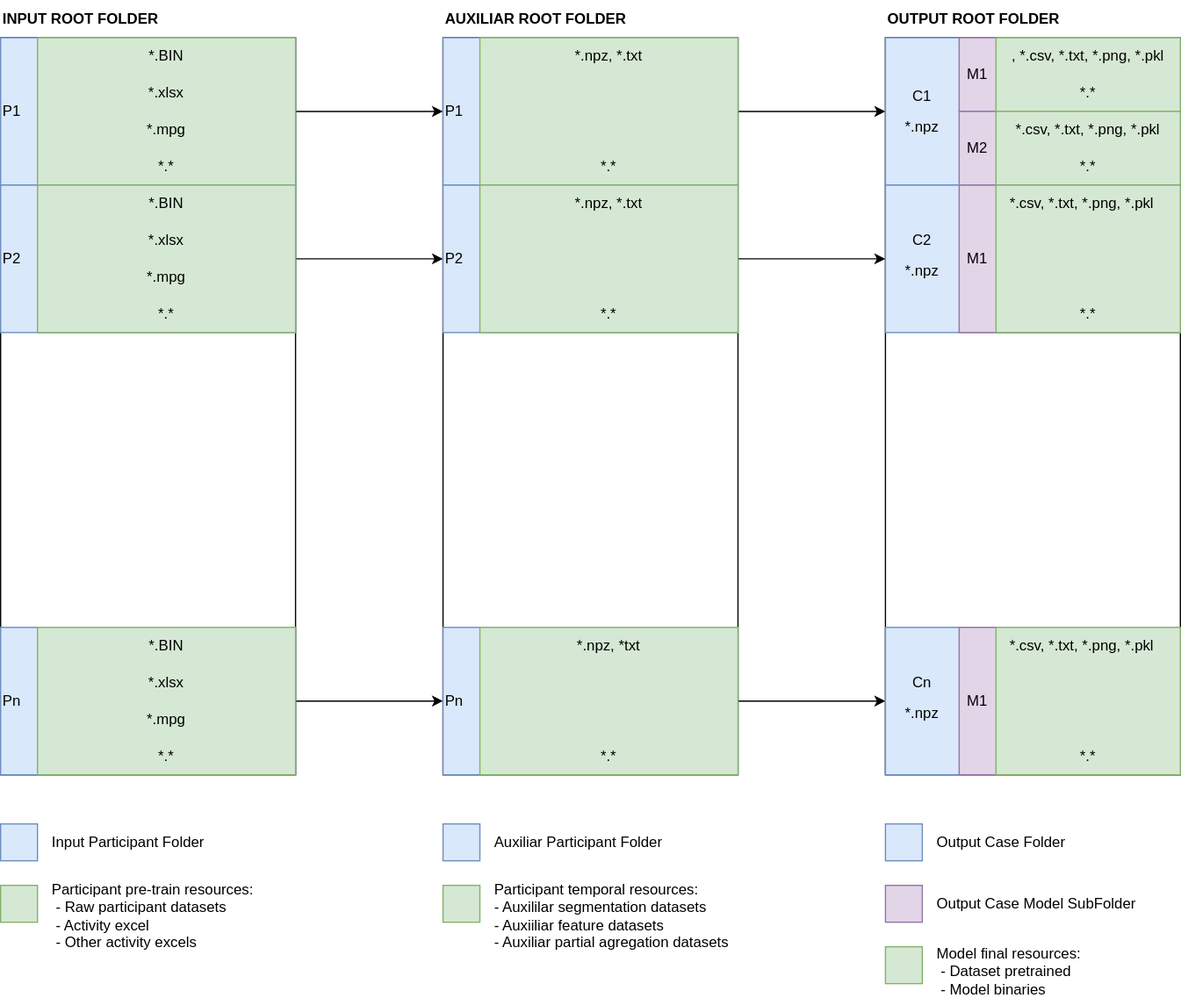
SiMuR-UO/uniovi-simur-wearablepermed-wiki keeps this draw.io diagram as section3/assets/images/folder_architecture.svg. Above is the earlier version. Source tidied: cells renumbered, new cells last; positions are measured from the earlier drawing's top-left corner, leaving out a move shared by most shapes.
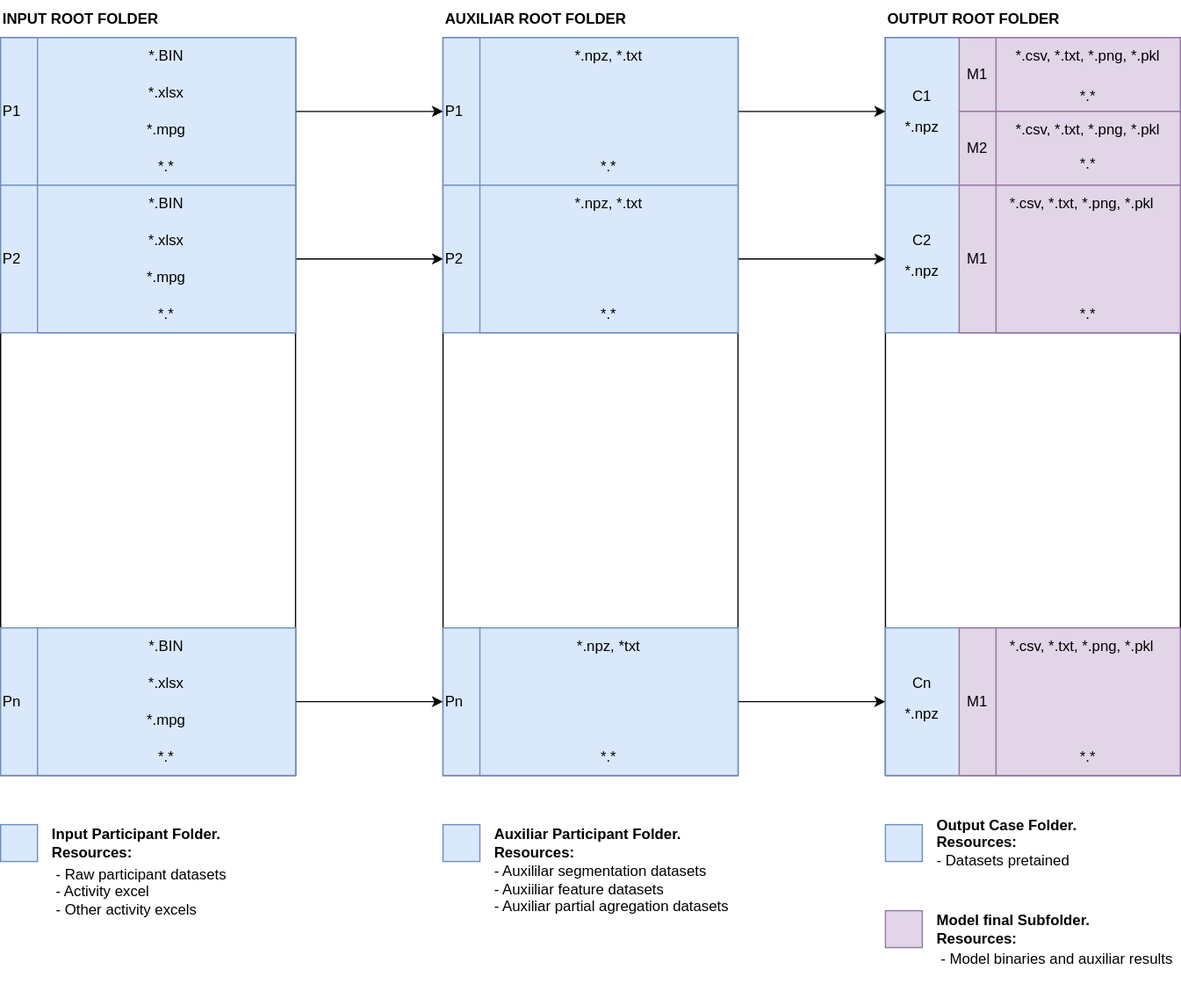
Later version of the same file.

Diff of the diagram source:
```diff
@@ -26,7 +26,7 @@
     <mxCell id="9" value="P1" style="rounded=0;whiteSpace=wrap;html=1;align=left;fillColor=#dae8fc;strokeColor=#6c8ebf;" parent="1" vertex="1">
       <mxGeometry y="30" width="240" height="120" as="geometry" />
     </mxCell>
-    <mxCell id="10" style="rounded=0;whiteSpace=wrap;html=1;fillColor=#d5e8d4;strokeColor=#82b366;" parent="1" vertex="1">
+    <mxCell id="10" style="rounded=0;whiteSpace=wrap;html=1;fillColor=#dae8fc;strokeColor=#6c8ebf;" parent="1" vertex="1">
       <mxGeometry x="30" y="30" width="210" height="120" as="geometry" />
     </mxCell>
     <mxCell id="11" value="*.BIN" style="text;html=1;whiteSpace=wrap;strokeColor=none;fillColor=none;align=center;verticalAlign=middle;rounded=0;" parent="1" vertex="1">
@@ -47,7 +47,7 @@
     <mxCell id="16" value="P2" style="rounded=0;whiteSpace=wrap;html=1;align=left;fillColor=#dae8fc;strokeColor=#6c8ebf;" parent="1" vertex="1">
       <mxGeometry y="150" width="240" height="120" as="geometry" />
     </mxCell>
-    <mxCell id="17" style="rounded=0;whiteSpace=wrap;html=1;fillColor=#d5e8d4;strokeColor=#82b366;" parent="1" vertex="1">
+    <mxCell id="17" style="rounded=0;whiteSpace=wrap;html=1;fillColor=#dae8fc;strokeColor=#6c8ebf;" parent="1" vertex="1">
       <mxGeometry x="30" y="150" width="210" height="120" as="geometry" />
     </mxCell>
     <mxCell id="18" value="*.BIN" style="text;html=1;whiteSpace=wrap;strokeColor=none;fillColor=none;align=center;verticalAlign=middle;rounded=0;" parent="1" vertex="1">
@@ -68,7 +68,7 @@
     <mxCell id="23" value="Pn" style="rounded=0;whiteSpace=wrap;html=1;align=left;fillColor=#dae8fc;strokeColor=#6c8ebf;" parent="1" vertex="1">
       <mxGeometry y="510" width="240" height="120" as="geometry" />
     </mxCell>
-    <mxCell id="24" style="rounded=0;whiteSpace=wrap;html=1;fillColor=#d5e8d4;strokeColor=#82b366;" parent="1" vertex="1">
+    <mxCell id="24" style="rounded=0;whiteSpace=wrap;html=1;fillColor=#dae8fc;strokeColor=#6c8ebf;" parent="1" vertex="1">
       <mxGeometry x="30" y="510" width="210" height="120" as="geometry" />
     </mxCell>
     <mxCell id="25" value="*.BIN" style="text;html=1;whiteSpace=wrap;strokeColor=none;fillColor=none;align=center;verticalAlign=middle;rounded=0;" parent="1" vertex="1">
@@ -89,7 +89,7 @@
     <mxCell id="30" value="P1" style="rounded=0;whiteSpace=wrap;html=1;align=left;fillColor=#dae8fc;strokeColor=#6c8ebf;" parent="1" vertex="1">
       <mxGeometry x="360" y="30" width="240" height="120" as="geometry" />
     </mxCell>
-    <mxCell id="31" style="rounded=0;whiteSpace=wrap;html=1;fillColor=#d5e8d4;strokeColor=#82b366;" parent="1" vertex="1">
+    <mxCell id="31" style="rounded=0;whiteSpace=wrap;html=1;fillColor=#dae8fc;strokeColor=#6c8ebf;" parent="1" vertex="1">
       <mxGeometry x="390" y="30" width="210" height="120" as="geometry" />
     </mxCell>
     <mxCell id="32" value="*.npz, *.txt" style="text;html=1;whiteSpace=wrap;strokeColor=none;fillColor=none;align=center;verticalAlign=middle;rounded=0;" parent="1" vertex="1">
@@ -104,7 +104,7 @@
     <mxCell id="35" value="P2" style="rounded=0;whiteSpace=wrap;html=1;align=left;fillColor=#dae8fc;strokeColor=#6c8ebf;" parent="1" vertex="1">
       <mxGeometry x="360" y="150" width="240" height="120" as="geometry" />
     </mxCell>
-    <mxCell id="36" style="rounded=0;whiteSpace=wrap;html=1;fillColor=#d5e8d4;strokeColor=#82b366;" parent="1" vertex="1">
+    <mxCell id="36" style="rounded=0;whiteSpace=wrap;html=1;fillColor=#dae8fc;strokeColor=#6c8ebf;" parent="1" vertex="1">
       <mxGeometry x="390" y="150" width="210" height="120" as="geometry" />
     </mxCell>
     <mxCell id="37" value="*.npz, *.txt" style="text;html=1;whiteSpace=wrap;strokeColor=none;fillColor=none;align=center;verticalAlign=middle;rounded=0;" parent="1" vertex="1">
@@ -121,7 +121,7 @@
     <mxCell id="40" value="Pn" style="rounded=0;whiteSpace=wrap;html=1;align=left;fillColor=#dae8fc;strokeColor=#6c8ebf;" parent="1" vertex="1">
       <mxGeometry x="360" y="510" width="240" height="120" as="geometry" />
     </mxCell>
-    <mxCell id="41" style="rounded=0;whiteSpace=wrap;html=1;fillColor=#d5e8d4;strokeColor=#82b366;" parent="1" vertex="1">
+    <mxCell id="41" style="rounded=0;whiteSpace=wrap;html=1;fillColor=#dae8fc;strokeColor=#6c8ebf;" parent="1" vertex="1">
       <mxGeometry x="390" y="510" width="210" height="120" as="geometry" />
     </mxCell>
     <mxCell id="42" value="*.npz, *txt" style="text;html=1;whiteSpace=wrap;strokeColor=none;fillColor=none;align=center;verticalAlign=middle;rounded=0;" parent="1" vertex="1">
@@ -139,23 +139,23 @@
     <mxCell id="46" style="rounded=0;whiteSpace=wrap;html=1;fillColor=#e1d5e7;strokeColor=#9673a6;" parent="1" vertex="1">
       <mxGeometry x="780" y="90" width="180" height="60" as="geometry" />
     </mxCell>
-    <mxCell id="47" style="rounded=0;whiteSpace=wrap;html=1;fillColor=#d5e8d4;strokeColor=#82b366;" parent="1" vertex="1">
+    <mxCell id="47" style="rounded=0;whiteSpace=wrap;html=1;fillColor=#e1d5e7;strokeColor=#9673a6;" parent="1" vertex="1">
       <mxGeometry x="810" y="30" width="150" height="60" as="geometry" />
     </mxCell>
-    <mxCell id="48" value=", *.csv, *.txt, *.png, *.pkl" style="text;html=1;whiteSpace=wrap;strokeColor=none;fillColor=none;align=center;verticalAlign=middle;rounded=0;" parent="1" vertex="1">
+    <mxCell id="48" value="*.csv, *.txt, *.png, *.pkl" style="text;html=1;whiteSpace=wrap;strokeColor=none;fillColor=none;align=center;verticalAlign=middle;rounded=0;" parent="1" vertex="1">
       <mxGeometry x="810" y="30" width="150" height="30" as="geometry" />
     </mxCell>
-    <mxCell id="49" style="rounded=0;whiteSpace=wrap;html=1;fillColor=#d5e8d4;strokeColor=#82b366;" parent="1" vertex="1">
+    <mxCell id="49" style="rounded=0;whiteSpace=wrap;html=1;fillColor=#e1d5e7;strokeColor=#9673a6;" parent="1" vertex="1">
       <mxGeometry x="810" y="90" width="150" height="60" as="geometry" />
     </mxCell>
     <mxCell id="50" value="*.*" style="text;html=1;whiteSpace=wrap;strokeColor=none;fillColor=none;align=center;verticalAlign=middle;rounded=0;" parent="1" vertex="1">
-      <mxGeometry x="810" y="60" width="150" height="30" as="geometry" />
+      <mxGeometry x="810" y="62.5" width="150" height="30" as="geometry" />
     </mxCell>
     <mxCell id="51" value="*.csv, *.txt, *.png, *.pkl" style="text;html=1;whiteSpace=wrap;strokeColor=none;fillColor=none;align=center;verticalAlign=middle;rounded=0;" parent="1" vertex="1">
       <mxGeometry x="810" y="90" width="150" height="30" as="geometry" />
     </mxCell>
     <mxCell id="52" value="*.*" style="text;html=1;whiteSpace=wrap;strokeColor=none;fillColor=none;align=center;verticalAlign=middle;rounded=0;" parent="1" vertex="1">
-      <mxGeometry x="810" y="120" width="150" height="30" as="geometry" />
+      <mxGeometry x="810" y="117.5" width="150" height="30" as="geometry" />
     </mxCell>
     <mxCell id="53" value="M1" style="text;html=1;whiteSpace=wrap;strokeColor=none;fillColor=none;align=center;verticalAlign=middle;rounded=0;" parent="1" vertex="1">
       <mxGeometry x="780" y="45" width="30" height="30" as="geometry" />
@@ -169,7 +169,7 @@
     <mxCell id="56" style="rounded=0;whiteSpace=wrap;html=1;fillColor=#e1d5e7;strokeColor=#9673a6;" parent="1" vertex="1">
       <mxGeometry x="780" y="150" width="180" height="120" as="geometry" />
     </mxCell>
-    <mxCell id="57" style="rounded=0;whiteSpace=wrap;html=1;fillColor=#d5e8d4;strokeColor=#82b366;" parent="1" vertex="1">
+    <mxCell id="57" style="rounded=0;whiteSpace=wrap;html=1;fillColor=#e1d5e7;strokeColor=#9673a6;" parent="1" vertex="1">
       <mxGeometry x="810" y="150" width="150" height="120" as="geometry" />
     </mxCell>
     <mxCell id="58" value="*.csv, *.txt, *.png, *.pkl" style="text;html=1;whiteSpace=wrap;strokeColor=none;fillColor=none;align=center;verticalAlign=middle;rounded=0;" parent="1" vertex="1">
@@ -184,44 +184,35 @@
     <mxCell id="61" style="rounded=0;whiteSpace=wrap;html=1;fillColor=#dae8fc;strokeColor=#6c8ebf;" parent="1" vertex="1">
       <mxGeometry y="670" width="30" height="30" as="geometry" />
     </mxCell>
-    <mxCell id="62" style="rounded=0;whiteSpace=wrap;html=1;fillColor=#d5e8d4;strokeColor=#82b366;" parent="1" vertex="1">
-      <mxGeometry y="720" width="30" height="30" as="geometry" />
-    </mxCell>
     <mxCell id="63" style="rounded=0;whiteSpace=wrap;html=1;fillColor=#dae8fc;strokeColor=#6c8ebf;" parent="1" vertex="1">
       <mxGeometry x="720" y="670" width="30" height="30" as="geometry" />
     </mxCell>
     <mxCell id="64" style="rounded=0;whiteSpace=wrap;html=1;fillColor=#e1d5e7;strokeColor=#9673a6;" parent="1" vertex="1">
-      <mxGeometry x="720" y="720" width="30" height="30" as="geometry" />
+      <mxGeometry x="720" y="740" width="30" height="30" as="geometry" />
     </mxCell>
-    <mxCell id="65" style="rounded=0;whiteSpace=wrap;html=1;fillColor=#d5e8d4;strokeColor=#82b366;" parent="1" vertex="1">
-      <mxGeometry x="720" y="770" width="30" height="30" as="geometry" />
-    </mxCell>
     <mxCell id="66" style="rounded=0;whiteSpace=wrap;html=1;fillColor=#dae8fc;strokeColor=#6c8ebf;" parent="1" vertex="1">
       <mxGeometry x="360" y="670" width="30" height="30" as="geometry" />
     </mxCell>
-    <mxCell id="67" style="rounded=0;whiteSpace=wrap;html=1;fillColor=#d5e8d4;strokeColor=#82b366;" parent="1" vertex="1">
-      <mxGeometry x="360" y="720" width="30" height="30" as="geometry" />
-    </mxCell>
-    <mxCell id="68" value="Input Participant Folder" style="text;html=1;whiteSpace=wrap;strokeColor=none;fillColor=none;align=left;verticalAlign=middle;rounded=0;" parent="1" vertex="1">
+    <mxCell id="68" value="Input Participant Folder. Resources:" style="text;html=1;whiteSpace=wrap;strokeColor=none;fillColor=none;align=left;verticalAlign=middle;rounded=0;fontStyle=1;" parent="1" vertex="1">
       <mxGeometry x="40" y="670" width="200" height="30" as="geometry" />
     </mxCell>
-    <mxCell id="69" value="Participant pre-train resources:&lt;br&gt;&amp;nbsp;- Raw participant datasets&lt;br&gt;&amp;nbsp;- Activity excel&lt;div&gt;&amp;nbsp;- Other activity excels&lt;/div&gt;" style="text;html=1;whiteSpace=wrap;strokeColor=none;fillColor=none;align=left;verticalAlign=middle;rounded=0;" parent="1" vertex="1">
-      <mxGeometry x="40" y="720" width="200" height="50" as="geometry" />
+    <mxCell id="69" value="&amp;nbsp;- Raw participant datasets&lt;br&gt;&amp;nbsp;- Activity excel&lt;div&gt;&amp;nbsp;- Other activity excels&lt;/div&gt;" style="text;html=1;whiteSpace=wrap;strokeColor=none;fillColor=none;align=left;verticalAlign=middle;rounded=0;" parent="1" vertex="1">
+      <mxGeometry x="40" y="700" width="200" height="50" as="geometry" />
     </mxCell>
-    <mxCell id="70" value="Auxiliar Participant Folder" style="text;html=1;whiteSpace=wrap;strokeColor=none;fillColor=none;align=left;verticalAlign=middle;rounded=0;" parent="1" vertex="1">
+    <mxCell id="70" value="Auxiliar Participant Folder. Resources:" style="text;html=1;whiteSpace=wrap;strokeColor=none;fillColor=none;align=left;verticalAlign=middle;rounded=0;fontStyle=1;" parent="1" vertex="1">
       <mxGeometry x="400" y="670" width="200" height="30" as="geometry" />
     </mxCell>
-    <mxCell id="71" value="Participant temporal resources:&lt;br&gt;- Auxililar segmentation datasets&lt;br&gt;- Auxiiliar feature datasets&lt;div&gt;- Auxiliar partial agregation datasets&lt;/div&gt;" style="text;html=1;whiteSpace=wrap;strokeColor=none;fillColor=none;align=left;verticalAlign=middle;rounded=0;" parent="1" vertex="1">
-      <mxGeometry x="400" y="720" width="200" height="50" as="geometry" />
+    <mxCell id="71" value="&lt;br&gt;- Auxililar segmentation datasets&lt;br&gt;- Auxiiliar feature datasets&lt;div&gt;- Auxiliar partial agregation datasets&lt;/div&gt;" style="text;html=1;whiteSpace=wrap;strokeColor=none;fillColor=none;align=left;verticalAlign=middle;rounded=0;" parent="1" vertex="1">
+      <mxGeometry x="400" y="690" width="200" height="50" as="geometry" />
     </mxCell>
-    <mxCell id="72" value="Output Case Folder" style="text;html=1;whiteSpace=wrap;strokeColor=none;fillColor=none;align=left;verticalAlign=middle;rounded=0;" parent="1" vertex="1">
+    <mxCell id="72" value="Output Case Folder.&lt;br&gt;Resources:&lt;br&gt;&lt;span style=&quot;font-weight: normal;&quot;&gt;- Datasets pretained&lt;/span&gt;" style="text;html=1;whiteSpace=wrap;strokeColor=none;fillColor=none;align=left;verticalAlign=middle;rounded=0;fontStyle=1;" parent="1" vertex="1">
       <mxGeometry x="760" y="670" width="200" height="30" as="geometry" />
     </mxCell>
-    <mxCell id="73" value="Output Case Model SubFolder" style="text;html=1;whiteSpace=wrap;strokeColor=none;fillColor=none;align=left;verticalAlign=middle;rounded=0;" parent="1" vertex="1">
-      <mxGeometry x="760" y="720" width="200" height="30" as="geometry" />
+    <mxCell id="73" value="&lt;b&gt;Model final Subfolder.&lt;br&gt;Resources:&lt;/b&gt;" style="text;html=1;whiteSpace=wrap;strokeColor=none;fillColor=none;align=left;verticalAlign=middle;rounded=0;" parent="1" vertex="1">
+      <mxGeometry x="760" y="740" width="200" height="30" as="geometry" />
     </mxCell>
-    <mxCell id="74" value="Model final resources:&lt;br&gt;&amp;nbsp;- Dataset pretrained&lt;br&gt;&amp;nbsp;- Model binaries" style="text;html=1;whiteSpace=wrap;strokeColor=none;fillColor=none;align=left;verticalAlign=middle;rounded=0;" parent="1" vertex="1">
-      <mxGeometry x="760" y="770" width="200" height="40" as="geometry" />
+    <mxCell id="74" value="&amp;nbsp;- Model binaries and auxiliar results" style="text;html=1;whiteSpace=wrap;strokeColor=none;fillColor=none;align=left;verticalAlign=middle;rounded=0;" parent="1" vertex="1">
+      <mxGeometry x="760" y="760" width="200" height="40" as="geometry" />
     </mxCell>
     <mxCell id="75" value="*.npz" style="text;html=1;whiteSpace=wrap;strokeColor=none;fillColor=none;align=center;verticalAlign=middle;rounded=0;" parent="1" vertex="1">
       <mxGeometry x="720" y="87.5" width="60" height="30" as="geometry" />
@@ -241,7 +232,7 @@
     <mxCell id="80" style="rounded=0;whiteSpace=wrap;html=1;fillColor=#e1d5e7;strokeColor=#9673a6;" parent="1" vertex="1">
       <mxGeometry x="780" y="510" width="180" height="120" as="geometry" />
     </mxCell>
-    <mxCell id="81" style="rounded=0;whiteSpace=wrap;html=1;fillColor=#d5e8d4;strokeColor=#82b366;" parent="1" vertex="1">
+    <mxCell id="81" style="rounded=0;whiteSpace=wrap;html=1;fillColor=#e1d5e7;strokeColor=#9673a6;" parent="1" vertex="1">
       <mxGeometry x="810" y="510" width="150" height="120" as="geometry" />
     </mxCell>
     <mxCell id="82" value="*.csv, *.txt, *.png, *.pkl" style="text;html=1;whiteSpace=wrap;strokeColor=none;fillColor=none;align=center;verticalAlign=middle;rounded=0;" parent="1" vertex="1">
```
